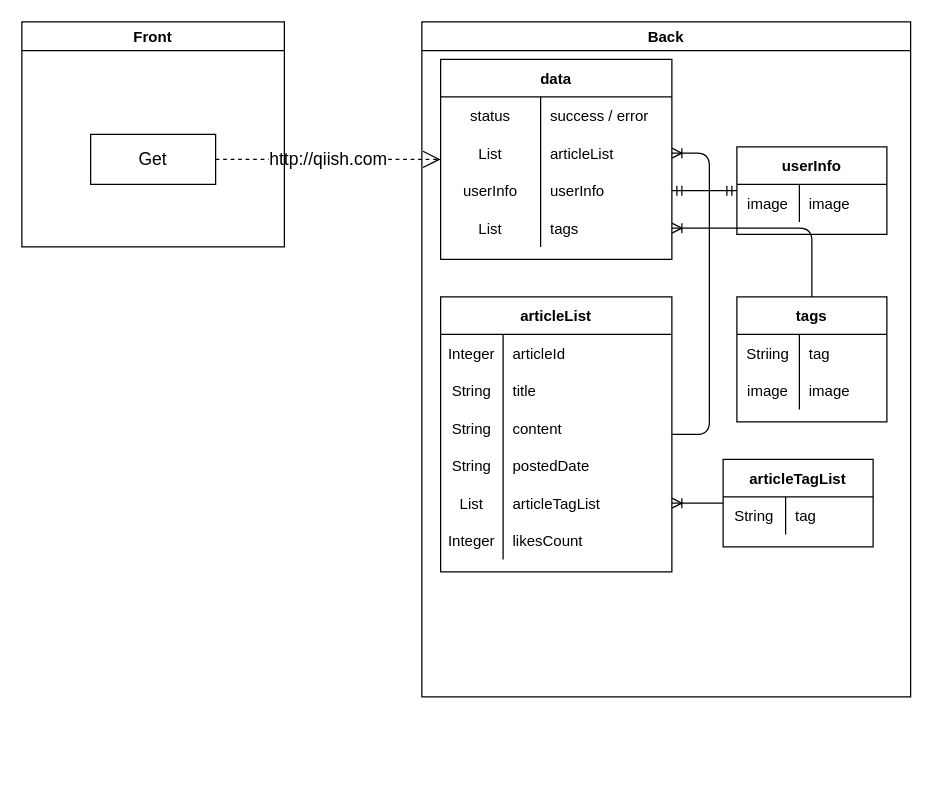
yusuke-rakus/Qiish keeps this draw.io diagram as page "[トップページ]記事一覧" (2 of 16) of Designs/基本設計.drawio. Above is the earlier version. Source tidied: cells renumbered, new cells numbered last; positions are measured from the earlier drawing's top-left corner, leaving out a move shared by most shapes. Both pictures are drawn from the tidied source at 125%, with x=0, y=0 at pixel (21, 21).
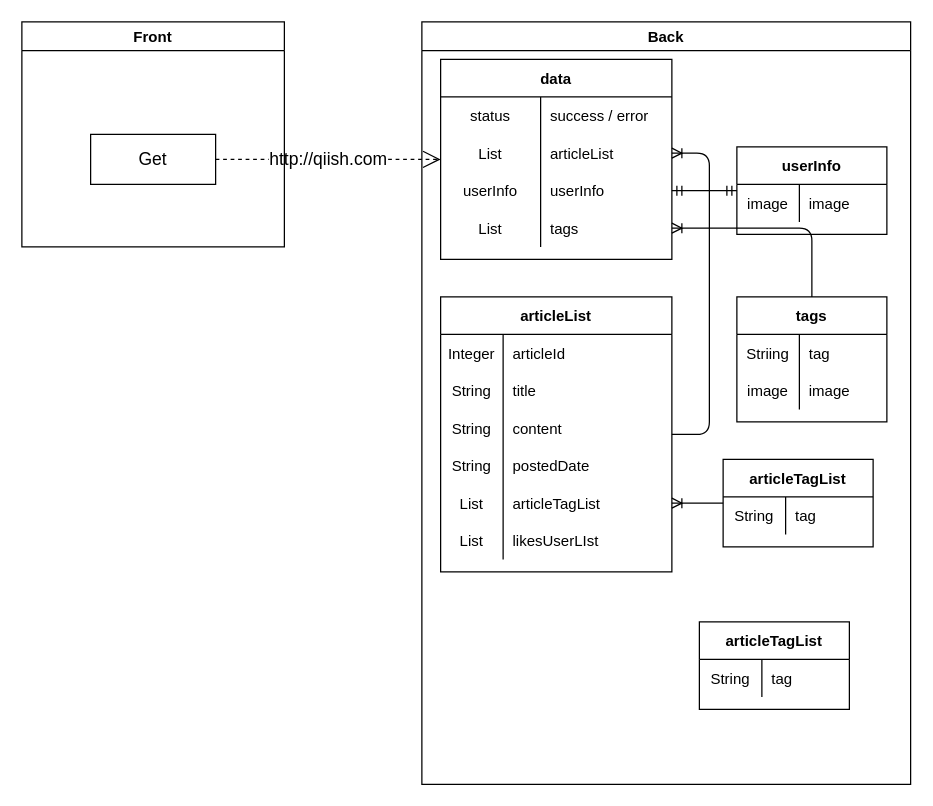
The same diagram, later.

Unchanged cells that the change refers to:
```xml
<mxCell id="32" style="shape=partialRectangle;fillColor=none;top=0;left=0;bottom=0;right=0;" parent="16" vertex="1">
  <mxGeometry y="180" width="185" height="30" as="geometry" />
</mxCell>
```

Diff of the diagram source:
```diff
@@
     <mxCell id="2" value="Back" style="swimlane;" parent="1" vertex="1">
-      <mxGeometry x="320" width="391" height="540" as="geometry" />
+      <mxGeometry x="320" width="391" height="610" as="geometry" />
     </mxCell>
@@
-    <mxCell id="33" value="Integer" style="shape=partialRectangle;fillColor=none;top=0;left=0;bottom=0;right=0;overflow=hidden;" parent="32" vertex="1">
+    <mxCell id="33" value="List" style="shape=partialRectangle;fillColor=none;top=0;left=0;bottom=0;right=0;overflow=hidden;" parent="32" vertex="1">
       <mxGeometry width="50" height="30" as="geometry" />
     </mxCell>
-    <mxCell id="34" value="likesCount" style="shape=partialRectangle;fillColor=none;top=0;left=0;bottom=0;right=0;align=left;spacingLeft=6;overflow=hidden;" parent="32" vertex="1">
+    <mxCell id="34" value="likesUserLIst" style="shape=partialRectangle;fillColor=none;top=0;left=0;bottom=0;right=0;align=left;spacingLeft=6;overflow=hidden;" parent="32" vertex="1">
       <mxGeometry x="50" width="135" height="30" as="geometry" />
     </mxCell>
@@
+    <mxCell id="57" value="articleTagList" style="shape=table;startSize=30;childLayout=tableLayout;rowLines=0;fontStyle=1;align=center;" parent="2" vertex="1">
+      <mxGeometry x="222" y="480" width="120" height="70" as="geometry" />
+    </mxCell>
+    <mxCell id="58" style="shape=partialRectangle;fillColor=none;top=0;left=0;bottom=0;right=0;" parent="57" vertex="1">
+      <mxGeometry y="30" width="120" height="30" as="geometry" />
+    </mxCell>
+    <mxCell id="59" value="String" style="shape=partialRectangle;fillColor=none;top=0;left=0;bottom=0;right=0;overflow=hidden;" parent="58" vertex="1">
+      <mxGeometry width="50" height="30" as="geometry" />
+    </mxCell>
+    <mxCell id="60" value="tag" style="shape=partialRectangle;fillColor=none;top=0;left=0;bottom=0;right=0;align=left;spacingLeft=6;overflow=hidden;" parent="58" vertex="1">
+      <mxGeometry x="50" width="70" height="30" as="geometry" />
+    </mxCell>
```
